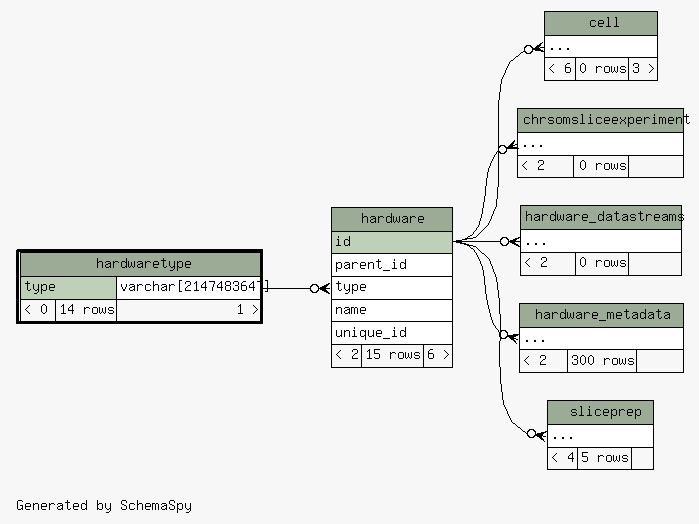
tgbugs/mlab keeps this Graphviz diagram as database/ss/diagrams/hardwaretype.2degrees.png. Above is the earlier version. Its source is kept beside it as database/ss/diagrams/hardwaretype.2degrees.dot.
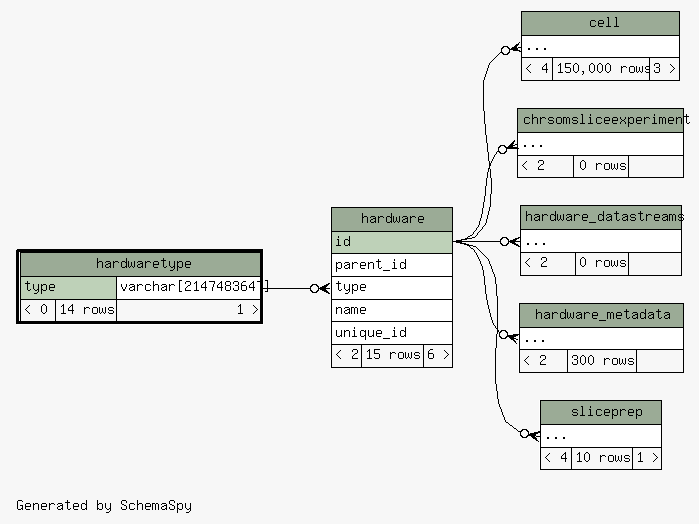
The same diagram one commit later.

Diff of the diagram source:
```diff
@@ -28,7 +28,7 @@
     <TABLE BORDER="0" CELLBORDER="1" CELLSPACING="0" BGCOLOR="#ffffff">
       <TR><TD COLSPAN="3" BGCOLOR="#9bab96" ALIGN="CENTER">cell</TD></TR>
       <TR><TD PORT="elipses" COLSPAN="3" ALIGN="LEFT">...</TD></TR>
-      <TR><TD ALIGN="LEFT" BGCOLOR="#f7f7f7">&lt; 6</TD><TD ALIGN="RIGHT" BGCOLOR="#f7f7f7">0 rows</TD><TD ALIGN="RIGHT" BGCOLOR="#f7f7f7">3 &gt;</TD></TR>
+      <TR><TD ALIGN="LEFT" BGCOLOR="#f7f7f7">&lt; 4</TD><TD ALIGN="RIGHT" BGCOLOR="#f7f7f7">150,000 rows</TD><TD ALIGN="RIGHT" BGCOLOR="#f7f7f7">3 &gt;</TD></TR>
     </TABLE>>
     URL="cell.html"
     tooltip="cell"
@@ -92,7 +92,7 @@
     <TABLE BORDER="0" CELLBORDER="1" CELLSPACING="0" BGCOLOR="#ffffff">
       <TR><TD COLSPAN="3" BGCOLOR="#9bab96" ALIGN="CENTER">sliceprep</TD></TR>
       <TR><TD PORT="elipses" COLSPAN="3" ALIGN="LEFT">...</TD></TR>
-      <TR><TD ALIGN="LEFT" BGCOLOR="#f7f7f7">&lt; 4</TD><TD ALIGN="RIGHT" BGCOLOR="#f7f7f7">5 rows</TD><TD ALIGN="RIGHT" BGCOLOR="#f7f7f7">  </TD></TR>
+      <TR><TD ALIGN="LEFT" BGCOLOR="#f7f7f7">&lt; 4</TD><TD ALIGN="RIGHT" BGCOLOR="#f7f7f7">10 rows</TD><TD ALIGN="RIGHT" BGCOLOR="#f7f7f7">1 &gt;</TD></TR>
     </TABLE>>
     URL="sliceprep.html"
     tooltip="sliceprep"
```
